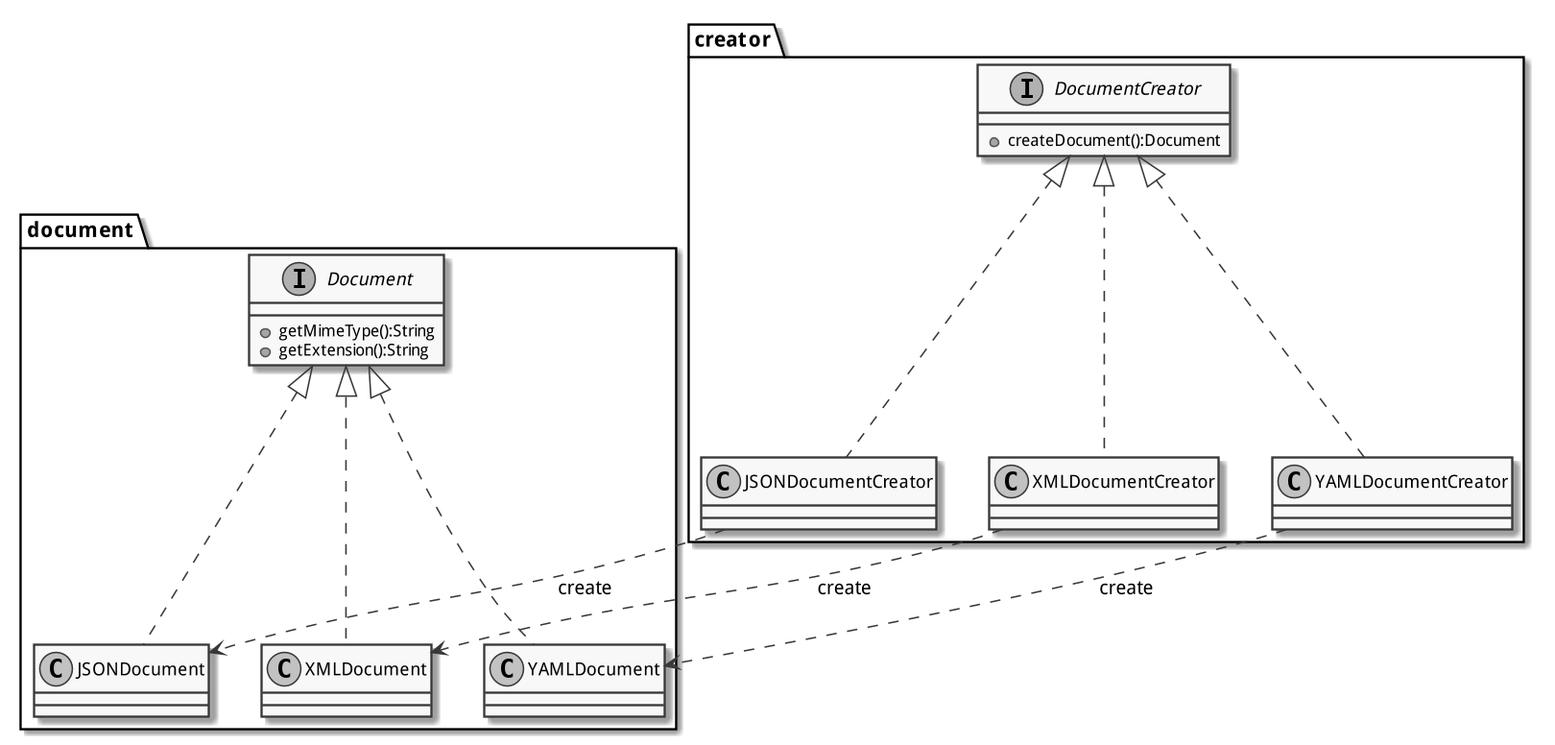
This is vsk/zusammenfassung/pics/factorymethod.png from patrickbucher/inf-stud-hslu, a PlantUML export, as it was before one commit.
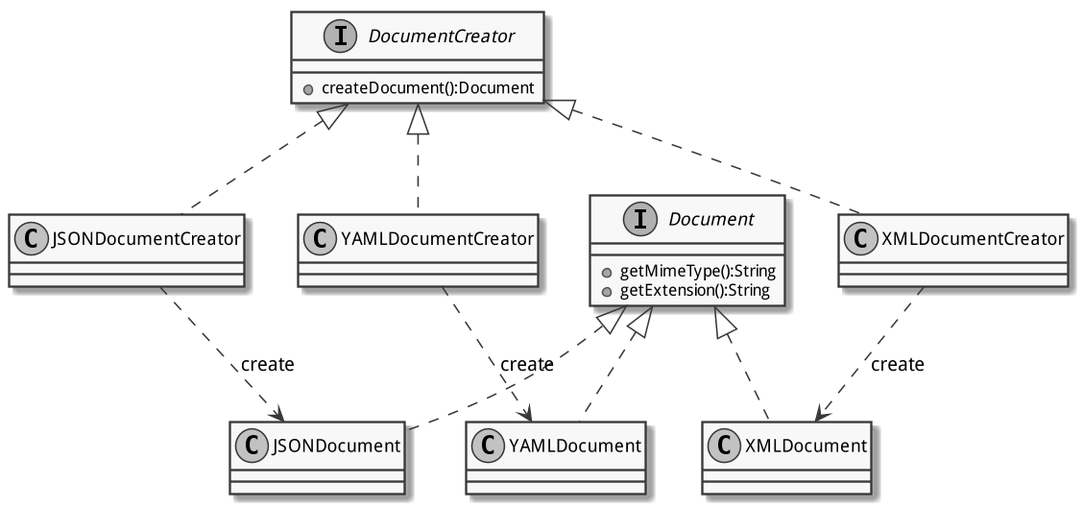
Above is the later version.

Commit message:
Klassendiagramme für FactoryMethod- und Prototype-Pattern

What changed in the source:
```diff
@@ -4,33 +4,35 @@
 skinparam defaultFontName Droid Sans
 skinparam dpi 150
 
-package document {
-    interface Document {
-        + getMimeType():String
-        + getExtension():String
-    }
-    class JSONDocument {
-    }
-    class XMLDocument {
-    }
-    class YAMLDocument {
-    }
+interface Document {
+    + getMimeType():String
+    + getExtension():String
+}
+
+class JSONDocument {
+}
+
+class XMLDocument {
+}
+
+class YAMLDocument {
 }
 
 Document <|.. JSONDocument
 Document <|.. XMLDocument
 Document <|.. YAMLDocument
 
-package creator {
-    interface DocumentCreator {
-        + createDocument():Document
-    }
-    class JSONDocumentCreator {
-    }
-    class XMLDocumentCreator {
-    }
-    class YAMLDocumentCreator {
-    }
+interface DocumentCreator {
+    + createDocument():Document
+}
+
+class JSONDocumentCreator {
+}
+
+class XMLDocumentCreator {
+}
+
+class YAMLDocumentCreator {
 }
 
 DocumentCreator <|.. JSONDocumentCreator
```
